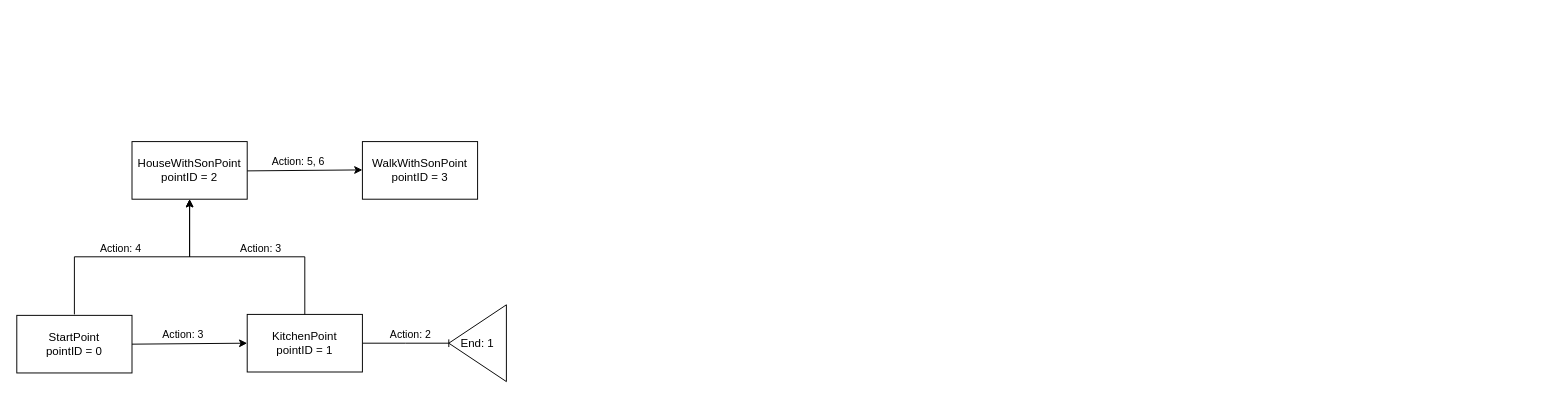
Earlier version of the draw.io diagram PointTree.drawio (AndryMasl/AGU_text_quest). Source tidied: cells renumbered, new cells numbered last; positions are measured from the earlier drawing's top-left corner, leaving out a move shared by most shapes. Both pictures are drawn from the tidied source at 96%, with x=0, y=0 at pixel (16, 141).
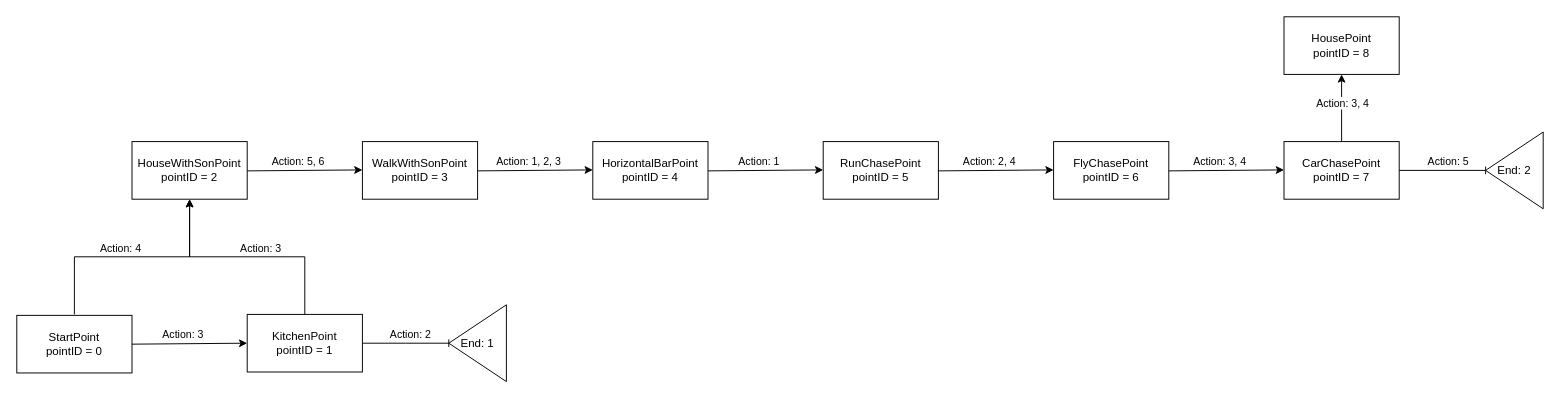
After the change.

Change to the diagram source:
```diff
@@
+    <mxCell id="17" value="&lt;div&gt;HorizontalBarPoint&lt;/div&gt;&lt;div&gt;pointID = 4&lt;/div&gt;" style="rounded=0;whiteSpace=wrap;html=1;" parent="1" vertex="1">
+      <mxGeometry x="600" width="120" height="60" as="geometry" />
+    </mxCell>
+    <mxCell id="18" style="endArrow=classic;html=1;rounded=0;exitX=1;exitY=0.5;exitDx=0;exitDy=0;entryX=0;entryY=0.5;entryDx=0;entryDy=0;" parent="1" edge="1">
+      <mxGeometry relative="1" as="geometry">
+        <mxPoint x="480" y="30.5" as="sourcePoint" />
+        <mxPoint x="600" y="29.5" as="targetPoint" />
+      </mxGeometry>
+    </mxCell>
+    <mxCell id="19" value="Action: 1, 2, 3" style="edgeLabel;html=1;align=center;verticalAlign=middle;" parent="18" vertex="1">
+      <mxGeometry x="-0.11" relative="1" as="geometry">
+        <mxPoint y="-10" as="offset" />
+      </mxGeometry>
+    </mxCell>
+    <mxCell id="20" value="&lt;div&gt;RunChasePoint&lt;/div&gt;&lt;div&gt;pointID = 5&lt;/div&gt;" style="rounded=0;whiteSpace=wrap;html=1;" parent="1" vertex="1">
+      <mxGeometry x="840" width="120" height="60" as="geometry" />
+    </mxCell>
+    <mxCell id="21" style="endArrow=classic;html=1;rounded=0;exitX=1;exitY=0.5;exitDx=0;exitDy=0;entryX=0;entryY=0.5;entryDx=0;entryDy=0;" parent="1" edge="1">
+      <mxGeometry relative="1" as="geometry">
+        <mxPoint x="720" y="30.5" as="sourcePoint" />
+        <mxPoint x="840" y="29.5" as="targetPoint" />
+      </mxGeometry>
+    </mxCell>
+    <mxCell id="22" value="Action: 1" style="edgeLabel;html=1;align=center;verticalAlign=middle;" parent="21" vertex="1">
+      <mxGeometry x="-0.11" relative="1" as="geometry">
+        <mxPoint y="-10" as="offset" />
+      </mxGeometry>
+    </mxCell>
+    <mxCell id="23" value="&lt;div&gt;FlyChasePoint&lt;/div&gt;&lt;div&gt;pointID = 6&lt;/div&gt;" style="rounded=0;whiteSpace=wrap;html=1;" parent="1" vertex="1">
+      <mxGeometry x="1080" width="120" height="60" as="geometry" />
+    </mxCell>
+    <mxCell id="24" style="endArrow=classic;html=1;rounded=0;exitX=1;exitY=0.5;exitDx=0;exitDy=0;entryX=0;entryY=0.5;entryDx=0;entryDy=0;" parent="1" edge="1">
+      <mxGeometry relative="1" as="geometry">
+        <mxPoint x="960" y="30.5" as="sourcePoint" />
+        <mxPoint x="1080" y="29.5" as="targetPoint" />
+      </mxGeometry>
+    </mxCell>
+    <mxCell id="25" value="Action: 2, 4" style="edgeLabel;html=1;align=center;verticalAlign=middle;" parent="24" vertex="1">
+      <mxGeometry x="-0.11" relative="1" as="geometry">
+        <mxPoint y="-10" as="offset" />
+      </mxGeometry>
+    </mxCell>
+    <mxCell id="26" value="&lt;div&gt;CarChasePoint&lt;/div&gt;&lt;div&gt;pointID = 7&lt;/div&gt;" style="rounded=0;whiteSpace=wrap;html=1;" parent="1" vertex="1">
+      <mxGeometry x="1320" width="120" height="60" as="geometry" />
+    </mxCell>
+    <mxCell id="27" style="endArrow=classic;html=1;rounded=0;exitX=1;exitY=0.5;exitDx=0;exitDy=0;entryX=0;entryY=0.5;entryDx=0;entryDy=0;" parent="1" edge="1">
+      <mxGeometry relative="1" as="geometry">
+        <mxPoint x="1200" y="30.5" as="sourcePoint" />
+        <mxPoint x="1320" y="29.5" as="targetPoint" />
+      </mxGeometry>
+    </mxCell>
+    <mxCell id="28" value="Action: 3, 4" style="edgeLabel;html=1;align=center;verticalAlign=middle;" parent="27" vertex="1">
+      <mxGeometry x="-0.11" relative="1" as="geometry">
+        <mxPoint y="-10" as="offset" />
+      </mxGeometry>
+    </mxCell>
+    <mxCell id="29" style="edgeStyle=orthogonalEdgeStyle;rounded=0;orthogonalLoop=1;jettySize=auto;html=1;exitX=1;exitY=0.5;exitDx=0;exitDy=0;endArrow=baseDash;endFill=0;" parent="1" edge="1">
+      <mxGeometry relative="1" as="geometry">
+        <mxPoint x="1440" y="30" as="sourcePoint" />
+        <mxPoint x="1530" y="30" as="targetPoint" />
+      </mxGeometry>
+    </mxCell>
+    <mxCell id="30" value="Action: 5" style="edgeLabel;html=1;align=center;verticalAlign=middle;" parent="29" vertex="1">
+      <mxGeometry x="0.11" y="2" relative="1" as="geometry">
+        <mxPoint y="-8" as="offset" />
+      </mxGeometry>
+    </mxCell>
+    <mxCell id="31" value="End: 2" style="triangle;whiteSpace=wrap;html=1;direction=west;" parent="1" vertex="1">
+      <mxGeometry x="1530" y="-10" width="60" height="80" as="geometry" />
+    </mxCell>
+    <mxCell id="32" value="&lt;div&gt;HousePoint&lt;/div&gt;&lt;div&gt;pointID = 8&lt;/div&gt;" style="rounded=0;whiteSpace=wrap;html=1;" parent="1" vertex="1">
+      <mxGeometry x="1320" y="-130" width="120" height="60" as="geometry" />
+    </mxCell>
+    <mxCell id="33" style="endArrow=classic;html=1;rounded=0;exitX=0.5;exitY=0;exitDx=0;exitDy=0;entryX=0.5;entryY=1;entryDx=0;entryDy=0;" parent="1" edge="1" source="26" target="32">
+      <mxGeometry relative="1" as="geometry" />
+    </mxCell>
+    <mxCell id="34" value="Action: 3, 4" style="edgeLabel;html=1;align=center;verticalAlign=middle;" parent="33" vertex="1">
+      <mxGeometry x="-0.11" relative="1" as="geometry">
+        <mxPoint y="-10" as="offset" />
+      </mxGeometry>
+    </mxCell>
```
